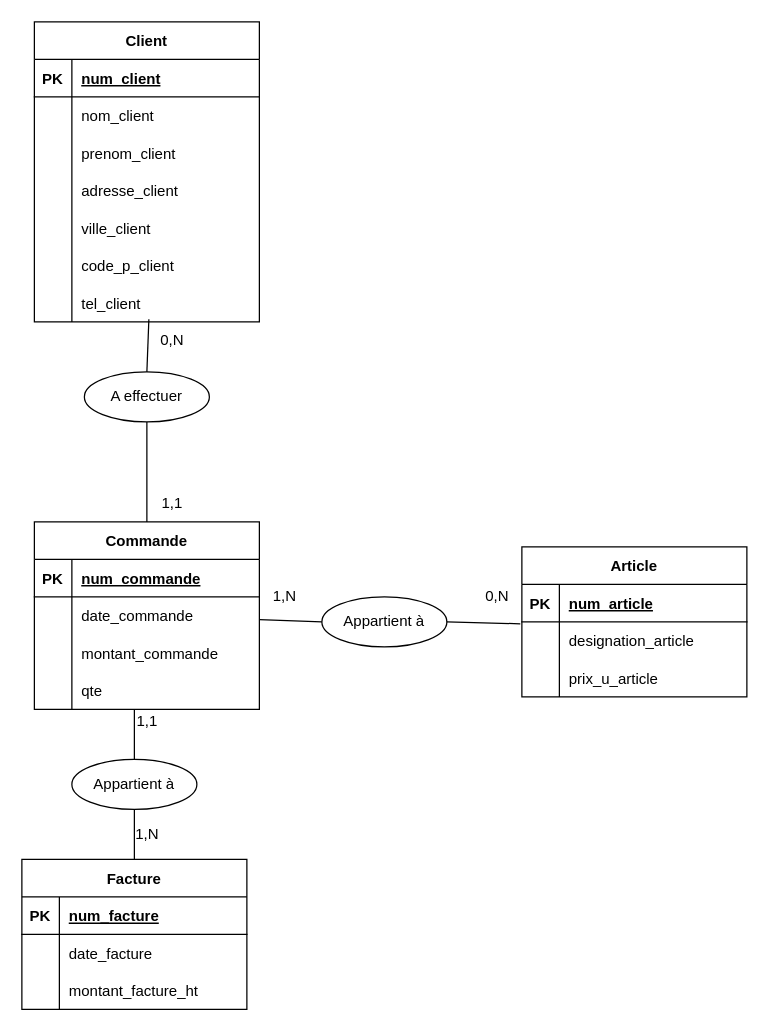
This is TD1/Exercice 4 Beaux rivages/exo4-mcd.dio from ThomasSanna/base-de-donnee-L3STI, a draw.io file, before an edit. Source tidied: cells renumbered, new cells numbered last; positions are measured from the earlier drawing's top-left corner, leaving out a move shared by most shapes. Both pictures are drawn from the tidied source at 125%, with x=0, y=0 at pixel (21, 21).
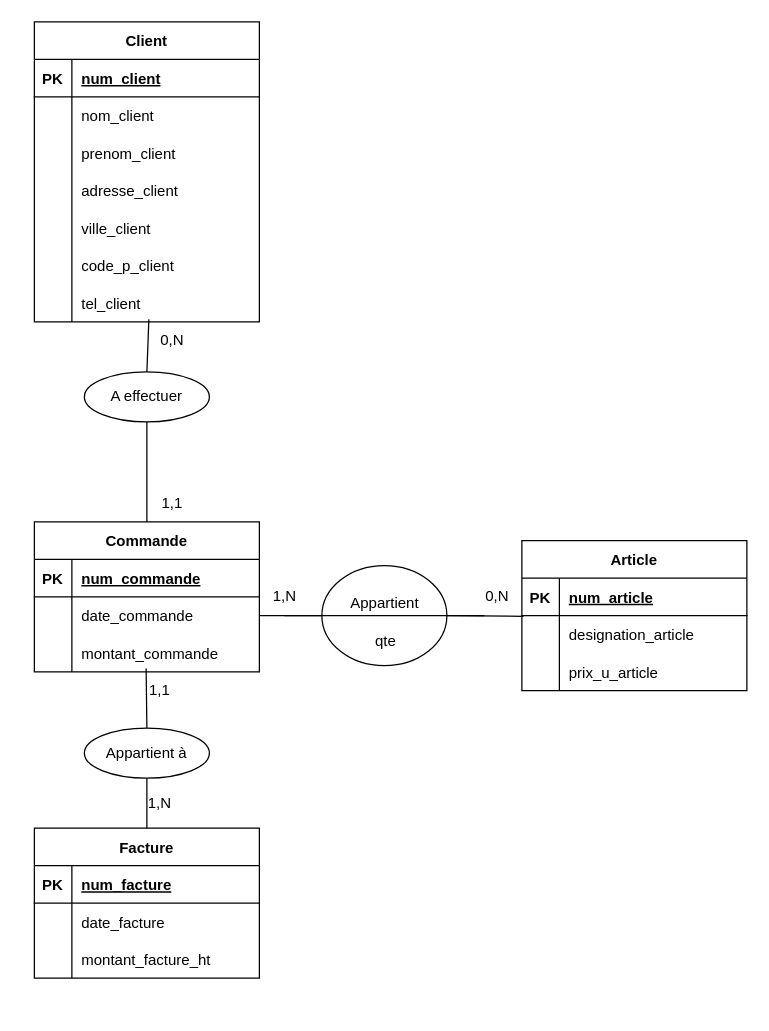
The same diagram, later.

Unchanged cells that the change refers to:
```xml
<mxCell id="41" style="shape=tableRow;horizontal=0;startSize=0;swimlaneHead=0;swimlaneBody=0;fillColor=none;points=[[0,0.5],[1,0.5]];portConstraint=eastwest;top=0;left=0;right=0;bottom=0;" parent="37" vertex="1">
  <mxGeometry y="60" width="180" height="30" as="geometry" />
</mxCell>
<mxCell id="59" value="0,N" style="text;html=1;align=center;verticalAlign=middle;points=[];strokeColor=none;fillColor=none;" parent="1" vertex="1">
  <mxGeometry x="360" y="445" width="40" height="30" as="geometry" />
</mxCell>
```

Diff of the diagram source:
```diff
@@
     <mxCell id="2" value="Commande" style="shape=table;startSize=30;childLayout=tableLayout;rowLines=0;fontStyle=1;align=center;" parent="1" vertex="1">
-      <mxGeometry x="10" y="400" width="180" height="150" as="geometry" />
+      <mxGeometry x="10" y="400" width="180" height="120" as="geometry" />
     </mxCell>
@@
-    <mxCell id="12" style="shape=tableRow;horizontal=0;startSize=0;swimlaneHead=0;swimlaneBody=0;fillColor=none;top=0;left=0;right=0;bottom=0;" parent="2" vertex="1">
-      <mxGeometry y="120" width="180" height="30" as="geometry" />
-    </mxCell>
-    <mxCell id="13" style="shape=partialRectangle;fillColor=none;top=0;left=0;bottom=0;right=0;overflow=hidden;" parent="12" vertex="1">
-      <mxGeometry width="30" height="30" as="geometry" />
-    </mxCell>
-    <mxCell id="14" value="qte" style="shape=partialRectangle;fillColor=none;top=0;left=0;bottom=0;right=0;align=left;spacingLeft=6;overflow=hidden;" parent="12" vertex="1">
-      <mxGeometry x="30" width="150" height="30" as="geometry" />
-    </mxCell>
@@
     <mxCell id="37" value="Article" style="shape=table;startSize=30;childLayout=tableLayout;rowLines=0;fontStyle=1;align=center;" parent="1" vertex="1">
-      <mxGeometry x="400" y="420" width="180" height="120" as="geometry" />
+      <mxGeometry x="400" y="415" width="180" height="120" as="geometry" />
     </mxCell>
@@
     <mxCell id="47" value="Facture" style="shape=table;startSize=30;childLayout=tableLayout;rowLines=0;fontStyle=1;align=center;" parent="1" vertex="1">
-      <mxGeometry y="670" width="180" height="120" as="geometry" />
+      <mxGeometry x="10" y="645" width="180" height="120" as="geometry" />
     </mxCell>
@@
-    <mxCell id="57" value="Appartient à" style="ellipse;whiteSpace=wrap;html=1;align=center;" parent="1" vertex="1">
-      <mxGeometry x="240" y="460" width="100" height="40" as="geometry" />
+    <mxCell id="57" style="ellipse;whiteSpace=wrap;html=1;align=center;" parent="1" vertex="1">
+      <mxGeometry x="240" y="435" width="100" height="80" as="geometry" />
     </mxCell>
-    <mxCell id="58" style="endArrow=none;html=1;rounded=0;entryX=-0.007;entryY=0.051;entryDx=0;entryDy=0;entryPerimeter=0;exitX=1;exitY=0.5;exitDx=0;exitDy=0;" parent="1" edge="1" source="57" target="41">
+    <mxCell id="58" style="endArrow=none;html=1;rounded=0;entryX=1.032;entryY=1.019;entryDx=0;entryDy=0;entryPerimeter=0;exitX=1;exitY=0.5;exitDx=0;exitDy=0;" parent="1" edge="1" source="57" target="59">
       <mxGeometry relative="1" as="geometry" />
     </mxCell>
@@
     <mxCell id="62" value="Appartient à" style="ellipse;whiteSpace=wrap;html=1;align=center;" parent="1" vertex="1">
-      <mxGeometry x="40" y="590" width="100" height="40" as="geometry" />
+      <mxGeometry x="50" y="565" width="100" height="40" as="geometry" />
     </mxCell>
@@
-    <mxCell id="66" style="endArrow=none;html=1;rounded=0;entryX=0.5;entryY=0;entryDx=0;entryDy=0;" parent="1" edge="1" target="62">
-      <mxGeometry relative="1" as="geometry">
-        <mxPoint x="90" y="550" as="sourcePoint" />
-      </mxGeometry>
+    <mxCell id="66" style="endArrow=none;html=1;rounded=0;entryX=0.5;entryY=0;entryDx=0;entryDy=0;exitX=0.235;exitY=-0.092;exitDx=0;exitDy=0;exitPerimeter=0;" parent="1" edge="1" source="68" target="62">
+      <mxGeometry relative="1" as="geometry" />
     </mxCell>
@@
     <mxCell id="68" value="1,1" style="text;html=1;align=center;verticalAlign=middle;points=[];strokeColor=none;fillColor=none;" parent="1" vertex="1">
-      <mxGeometry x="80" y="545" width="40" height="30" as="geometry" />
+      <mxGeometry x="90" y="520" width="40" height="30" as="geometry" />
     </mxCell>
     <mxCell id="69" value="1,N" style="text;html=1;align=center;verticalAlign=middle;strokeColor=none;fillColor=none;" parent="1" vertex="1">
-      <mxGeometry x="80" y="635" width="40" height="30" as="geometry" />
+      <mxGeometry x="90" y="610" width="40" height="30" as="geometry" />
     </mxCell>
@@
+    <mxCell id="14" value="qte" style="shape=partialRectangle;fillColor=none;top=0;left=0;bottom=0;right=0;align=left;spacingLeft=6;overflow=hidden;" parent="1" vertex="1">
+      <mxGeometry x="275" y="480" width="30" height="30" as="geometry" />
+    </mxCell>
+    <mxCell id="72" value="Appartient" style="text;html=1;align=center;verticalAlign=middle;strokeColor=none;fillColor=none;" parent="1" vertex="1">
+      <mxGeometry x="250" y="450" width="80" height="30" as="geometry" />
+    </mxCell>
+    <mxCell id="73" style="endArrow=none;html=1;rounded=0;" parent="1" edge="1">
+      <mxGeometry relative="1" as="geometry">
+        <mxPoint x="210" y="475" as="sourcePoint" />
+        <mxPoint x="370" y="475" as="targetPoint" />
+      </mxGeometry>
+    </mxCell>
```
